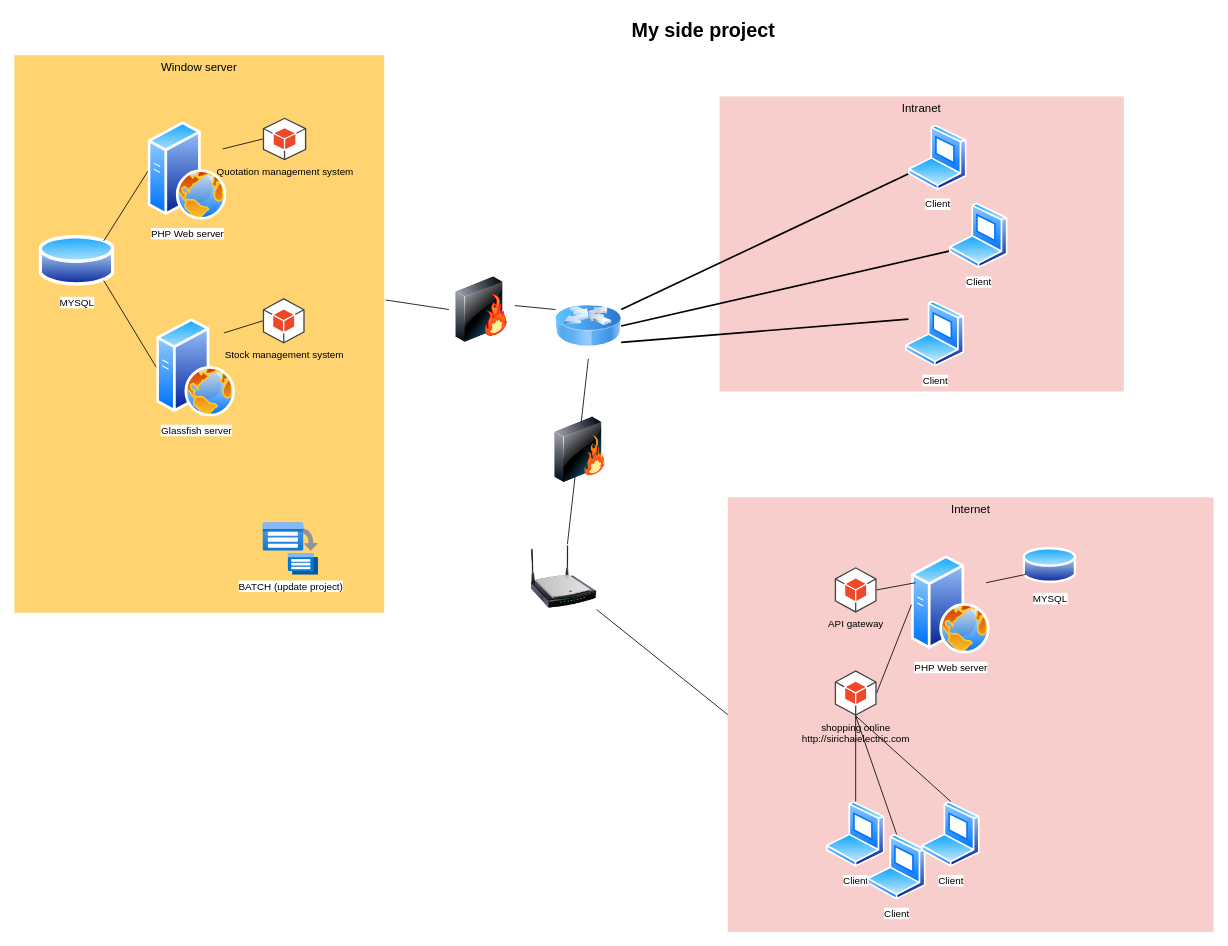
The draw.io diagram Untitled Diagram.drawio in wittakarn/diagram, before the edit. Source tidied: cells renumbered, new cells numbered last; positions are measured from the earlier drawing's top-left corner, leaving out a move shared by most shapes. Both pictures are drawn from the tidied source at 82%, with x=0, y=0 at pixel (14, 14).
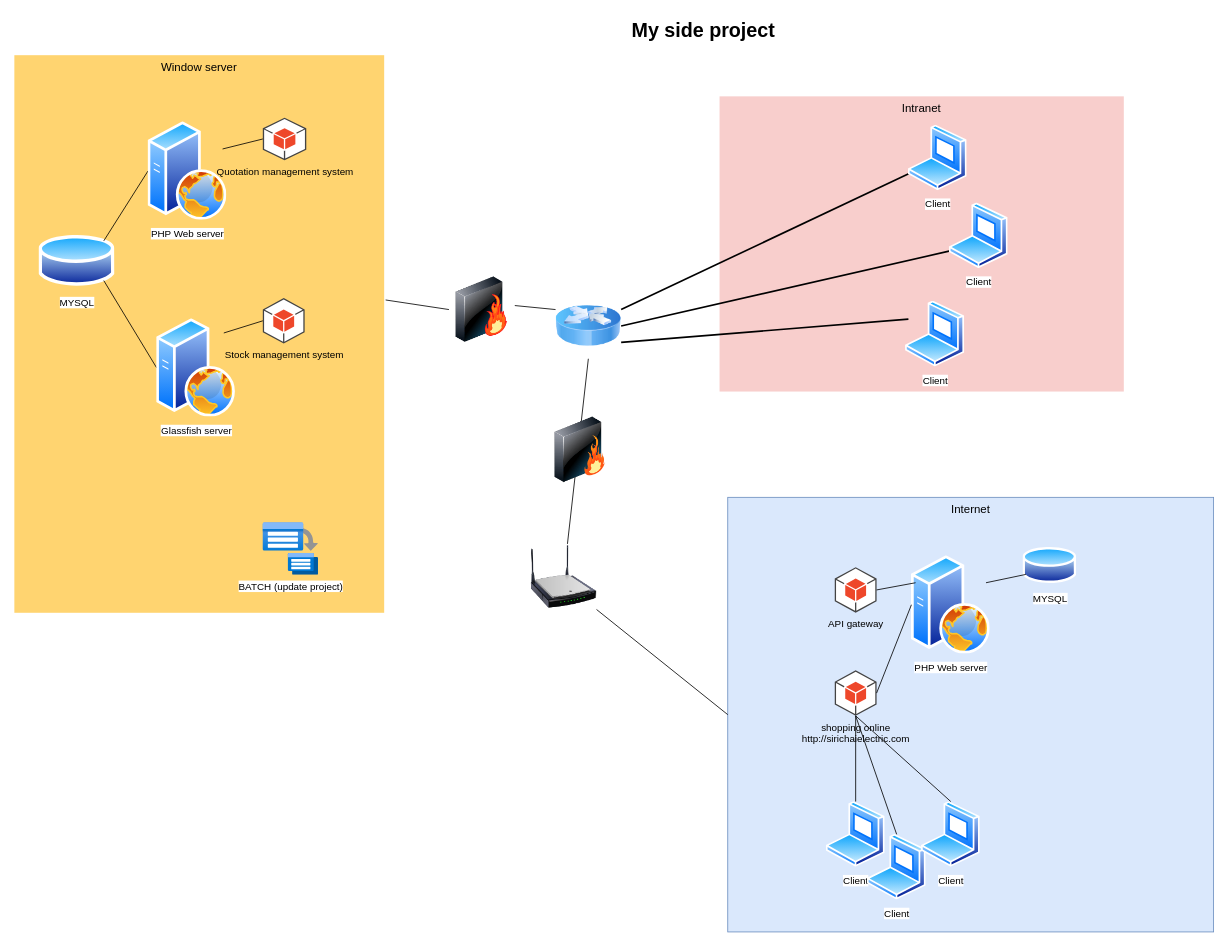
The same diagram, later.

Change to the diagram source:
```diff
@@
-    <mxCell id="23" value="Internet" style="whiteSpace=wrap;html=1;fillColor=#f8cecc;fontSize=14;strokeColor=none;verticalAlign=top;" parent="1" vertex="1">
+    <mxCell id="23" value="Internet" style="whiteSpace=wrap;html=1;fillColor=#dae8fc;fontSize=14;strokeColor=#6c8ebf;verticalAlign=top;" parent="1" vertex="1">
       <mxGeometry x="870" y="589" width="592.5" height="530" as="geometry" />
     </mxCell>
```
